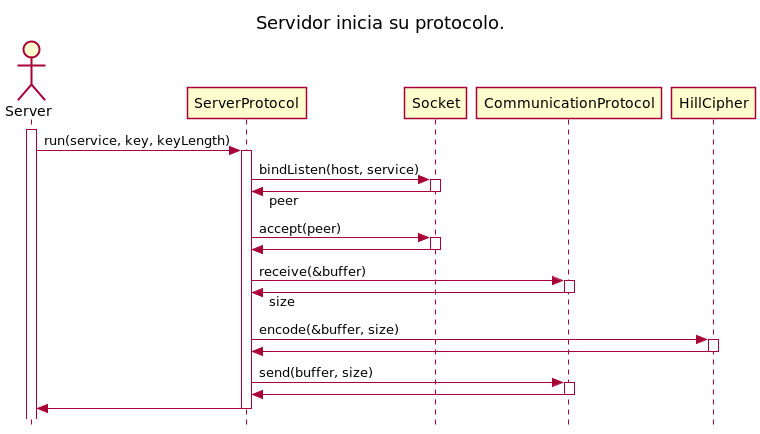
The PlantUML diagram images/diagrama_03-Servidor_inicia_su_protocolo_.png in DanieLovera/TallerProgramacion-TP1, before a commit.
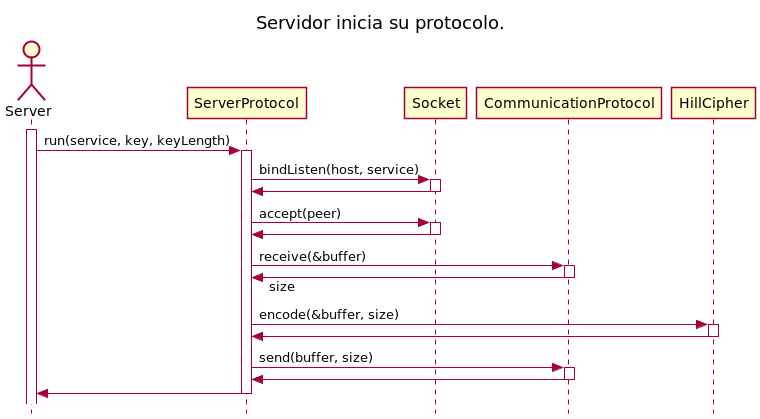
Later version of the same file.

Commit message:
Modifico imagen con error

What changed in the source:
```diff
@@ -7,7 +7,7 @@
 Server++
 Server -> ServerProtocol++: run(service, key, keyLength)
 ServerProtocol -> Socket++: bindListen(host, service)
-Socket -> ServerProtocol--: peer
+Socket -> ServerProtocol--:
 ServerProtocol -> Socket++: accept(peer)
 Socket -> ServerProtocol--
 ServerProtocol -> CommunicationProtocol++: receive(&buffer)
```
